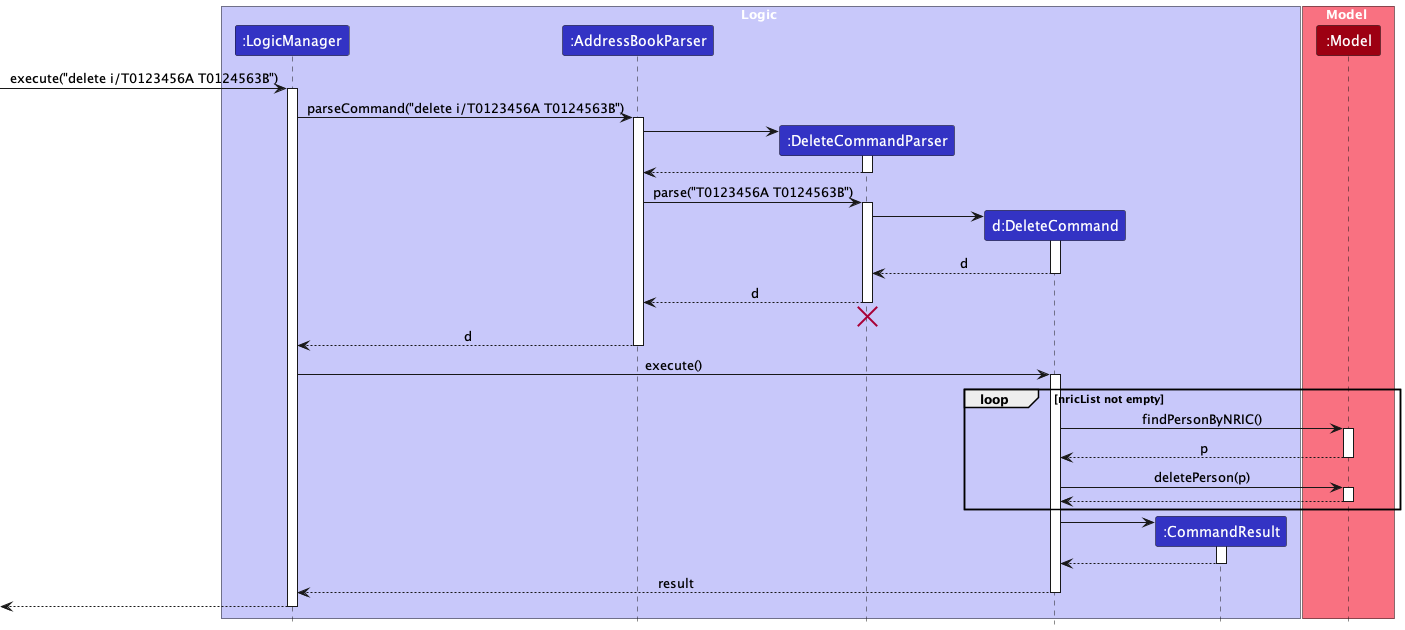
This is docs/images/BetterDeleteSequenceDiagram.png from nus-cs2103-AY2223S2/tp, a PlantUML export, as it was before one commit. Source of this version:
```plantuml
@startuml
!include style.puml

box Logic LOGIC_COLOR_T1
participant ":LogicManager" as LogicManager LOGIC_COLOR
participant ":AddressBookParser" as AddressBookParser LOGIC_COLOR
participant ":DeleteCommandParser" as DeleteCommandParser LOGIC_COLOR
participant "d:DeleteCommand" as DeleteCommand LOGIC_COLOR
participant ":CommandResult" as CommandResult LOGIC_COLOR
end box

box Model MODEL_COLOR_T1
participant ":Model" as Model MODEL_COLOR
end box

[-> LogicManager : execute("delete i/T0123456A T0124563B")
activate LogicManager

LogicManager -> AddressBookParser : parseCommand("delete i/T0123456A T0124563B")
activate AddressBookParser

create DeleteCommandParser
AddressBookParser -> DeleteCommandParser
activate DeleteCommandParser

DeleteCommandParser --> AddressBookParser
deactivate DeleteCommandParser

AddressBookParser -> DeleteCommandParser : parse("T0123456A T0124563B")
activate DeleteCommandParser

create DeleteCommand
DeleteCommandParser -> DeleteCommand
activate DeleteCommand

DeleteCommand --> DeleteCommandParser : d
deactivate DeleteCommand

DeleteCommandParser --> AddressBookParser : d
deactivate DeleteCommandParser
DeleteCommandParser -[hidden]-> AddressBookParser
destroy DeleteCommandParser

AddressBookParser --> LogicManager : d
deactivate AddressBookParser

LogicManager -> DeleteCommand : execute()
activate DeleteCommand

loop nricList not empty
DeleteCommand -> Model : findPersonByNRIC()
activate Model

Model --> DeleteCommand: p
deactivate Model

DeleteCommand -> Model : deletePerson(p)
activate Model

Model --> DeleteCommand
deactivate Model

end

create CommandResult
DeleteCommand -> CommandResult
activate CommandResult

CommandResult --> DeleteCommand
deactivate CommandResult

DeleteCommand --> LogicManager : result
deactivate DeleteCommand

[<--LogicManager
deactivate LogicManager
@enduml
```
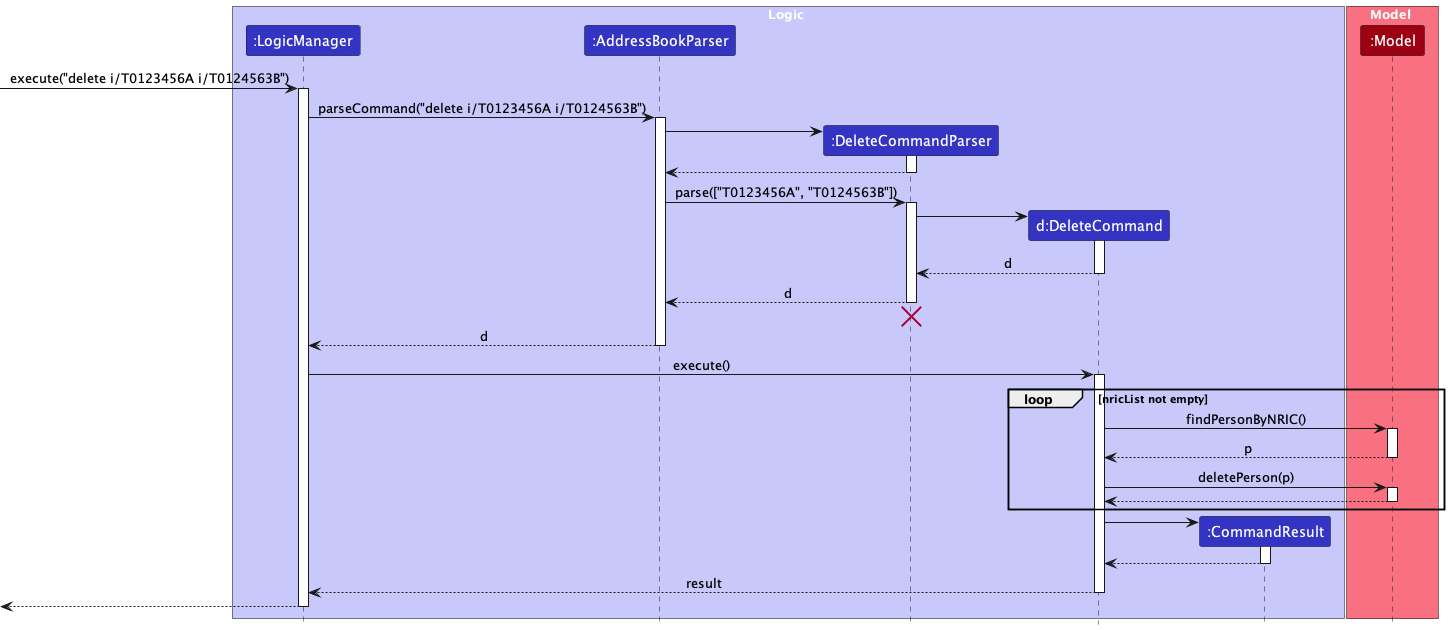
The same diagram one commit later.

Diff of the diagram source:
```diff
@@ -13,10 +13,10 @@
 participant ":Model" as Model MODEL_COLOR
 end box
 
-[-> LogicManager : execute("delete i/T0123456A T0124563B")
+[-> LogicManager : execute("delete i/T0123456A i/T0124563B")
 activate LogicManager
 
-LogicManager -> AddressBookParser : parseCommand("delete i/T0123456A T0124563B")
+LogicManager -> AddressBookParser : parseCommand("delete i/T0123456A i/T0124563B")
 activate AddressBookParser
 
 create DeleteCommandParser
@@ -26,7 +26,7 @@
 DeleteCommandParser --> AddressBookParser
 deactivate DeleteCommandParser
 
-AddressBookParser -> DeleteCommandParser : parse("T0123456A T0124563B")
+AddressBookParser -> DeleteCommandParser : parse(["T0123456A", "T0124563B"])
 activate DeleteCommandParser
 
 create DeleteCommand
```
